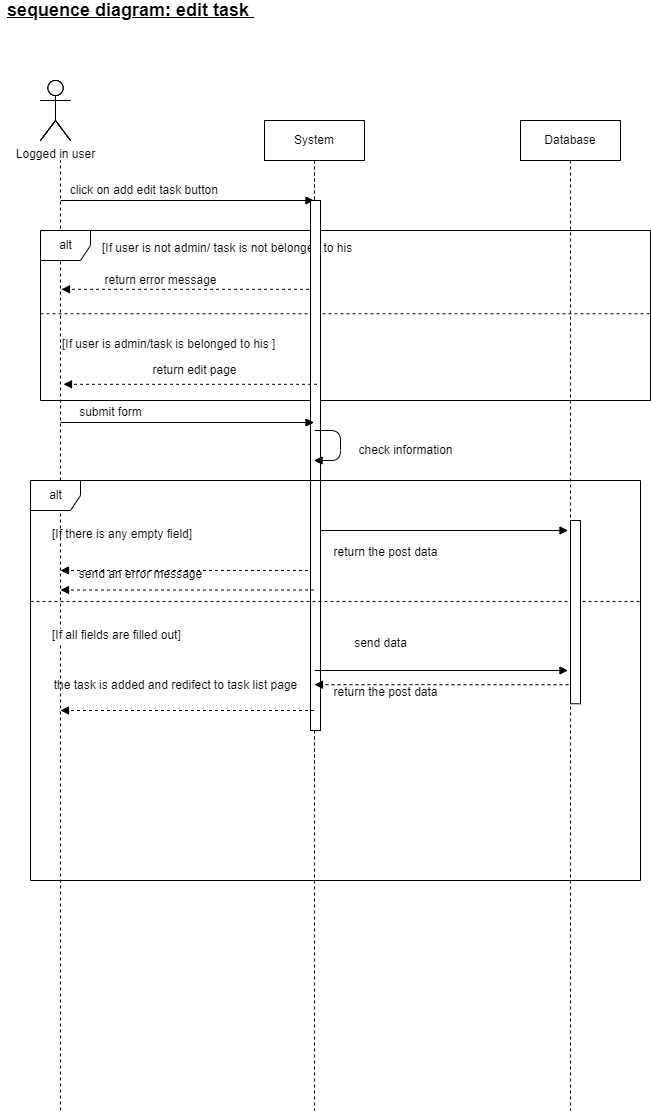
This is Document_diagrams/Diagrams/sequence diagrams/UML diagrams-sequence diagram_ edit task page.png from JENNYPCHEN/p8_to_do_and_co, a draw.io export, as it was before one commit. Source tidied: cells renumbered, new cells last; positions are measured from the earlier drawing's top-left corner, leaving out a move shared by most shapes. Its diagram source:
```xml
<mxGraphModel>
  <root>
    <mxCell id="0" />
    <mxCell id="1" parent="0" />
    <mxCell id="2" style="shape=umlActor;verticalLabelPosition=bottom;verticalAlign=top;html=1;labelBackgroundColor=#ffffff;" parent="1" vertex="1">
      <mxGeometry x="40" y="80" width="30" height="60" as="geometry" />
    </mxCell>
    <mxCell id="3" value="&lt;b&gt;&lt;font style=&quot;font-size: 18px&quot;&gt;&lt;u&gt;sequence diagram: edit task&amp;nbsp;&lt;/u&gt;&lt;/font&gt;&lt;/b&gt;" style="text;html=1;align=center;verticalAlign=middle;strokeColor=none;" parent="1" vertex="1">
      <mxGeometry width="260" height="20" as="geometry" />
    </mxCell>
    <mxCell id="4" value="Database" style="shape=umlLifeline;perimeter=lifelinePerimeter;whiteSpace=wrap;html=1;labelBackgroundColor=#ffffff;" parent="1" vertex="1">
      <mxGeometry x="520" y="120" width="100" height="990" as="geometry" />
    </mxCell>
    <mxCell id="5" style="shape=umlActor;verticalLabelPosition=bottom;verticalAlign=top;html=1;labelBackgroundColor=#ffffff;" parent="4" vertex="1">
      <mxGeometry x="-480" y="-40" width="30" height="60" as="geometry" />
    </mxCell>
    <mxCell id="6" value="System" style="shape=umlLifeline;perimeter=lifelinePerimeter;whiteSpace=wrap;html=1;labelBackgroundColor=#ffffff;" parent="4" vertex="1">
      <mxGeometry x="-256" width="100" height="660" as="geometry" />
    </mxCell>
    <mxCell id="7" value="Logged in user" style="shape=umlActor;verticalLabelPosition=bottom;verticalAlign=top;html=1;labelBackgroundColor=#ffffff;" parent="4" vertex="1">
      <mxGeometry x="-480" y="-40" width="30" height="60" as="geometry" />
    </mxCell>
    <mxCell id="8" value="System" style="shape=umlLifeline;perimeter=lifelinePerimeter;whiteSpace=wrap;html=1;labelBackgroundColor=#ffffff;" parent="4" vertex="1">
      <mxGeometry x="-256" width="100" height="990" as="geometry" />
    </mxCell>
    <mxCell id="9" style="endArrow=none;dashed=1;html=1;strokeWidth=1;startArrow=none;" parent="1" edge="1">
      <mxGeometry relative="1" as="geometry">
        <mxPoint x="60" y="1110" as="sourcePoint" />
        <mxPoint x="60" y="160" as="targetPoint" />
      </mxGeometry>
    </mxCell>
    <mxCell id="10" style="html=1;verticalAlign=bottom;labelBackgroundColor=none;endArrow=block;endFill=1;strokeWidth=1;" parent="1" edge="1">
      <mxGeometry relative="1" as="geometry">
        <mxPoint x="60" y="200" as="sourcePoint" />
        <mxPoint x="313.5" y="200" as="targetPoint" />
      </mxGeometry>
    </mxCell>
    <mxCell id="11" value="click on add edit task button&amp;nbsp;" style="text;html=1;align=center;verticalAlign=middle;strokeColor=none;" parent="1" vertex="1">
      <mxGeometry x="60" y="180" width="170" height="20" as="geometry" />
    </mxCell>
    <mxCell id="12" value="alt" style="shape=umlFrame;tabWidth=110;tabHeight=30;tabPosition=left;html=1;boundedLbl=1;labelInHeader=1;width=50;height=30;labelBackgroundColor=#ffffff;" parent="1" vertex="1">
      <mxGeometry x="40" y="230" width="610" height="170" as="geometry" />
    </mxCell>
    <mxCell id="13" value="[If user is not admin/ task is not belonged to his " style="text;" parent="12" vertex="1">
      <mxGeometry width="100" height="20" relative="1" as="geometry">
        <mxPoint x="60" y="4" as="offset" />
      </mxGeometry>
    </mxCell>
    <mxCell id="14" value="[If user is admin/task is belonged to his ]" style="line;strokeWidth=1;dashed=1;labelPosition=center;verticalLabelPosition=bottom;align=left;verticalAlign=top;spacingLeft=20;spacingTop=15;" parent="12" vertex="1">
      <mxGeometry y="81.3" width="610" height="4" as="geometry" />
    </mxCell>
    <mxCell id="15" value="return edit page" style="text;html=1;align=center;verticalAlign=middle;strokeColor=none;" parent="12" vertex="1">
      <mxGeometry x="104" y="130" width="100" height="20" as="geometry" />
    </mxCell>
    <mxCell id="16" style="html=1;verticalAlign=bottom;labelBackgroundColor=none;endArrow=block;endFill=1;dashed=1;strokeWidth=1;" parent="12" edge="1">
      <mxGeometry relative="1" as="geometry">
        <mxPoint x="274.5" y="58.8" as="sourcePoint" />
        <mxPoint x="21" y="58.8" as="targetPoint" />
        <Array as="points">
          <mxPoint x="275" y="58.8" />
        </Array>
      </mxGeometry>
    </mxCell>
    <mxCell id="17" value="return error message" style="text;html=1;align=center;verticalAlign=middle;strokeColor=none;" parent="12" vertex="1">
      <mxGeometry x="55" y="40" width="130" height="20" as="geometry" />
    </mxCell>
    <mxCell id="18" style="html=1;verticalAlign=bottom;labelBackgroundColor=none;endArrow=block;endFill=1;strokeWidth=1;" parent="1" edge="1">
      <mxGeometry relative="1" as="geometry">
        <mxPoint x="314" y="530" as="sourcePoint" />
        <mxPoint x="567.5" y="530" as="targetPoint" />
      </mxGeometry>
    </mxCell>
    <mxCell id="19" value="return the post data" style="text;html=1;align=center;verticalAlign=middle;strokeColor=none;" parent="1" vertex="1">
      <mxGeometry x="325" y="542" width="120" height="20" as="geometry" />
    </mxCell>
    <mxCell id="20" style="html=1;verticalAlign=bottom;labelBackgroundColor=none;endArrow=block;endFill=1;dashed=1;strokeWidth=1;" parent="1" edge="1">
      <mxGeometry relative="1" as="geometry">
        <mxPoint x="313.5" y="570" as="sourcePoint" />
        <mxPoint x="60" y="570" as="targetPoint" />
        <Array as="points">
          <mxPoint x="314" y="570" />
        </Array>
      </mxGeometry>
    </mxCell>
    <mxCell id="21" style="rounded=0;whiteSpace=wrap;html=1;labelBackgroundColor=none;fontSize=18;fontColor=#000000;" parent="1" vertex="1">
      <mxGeometry x="310" y="200" width="10" height="530" as="geometry" />
    </mxCell>
    <mxCell id="22" style="html=1;verticalAlign=bottom;labelBackgroundColor=none;endArrow=block;endFill=1;dashed=1;strokeWidth=1;" parent="1" edge="1">
      <mxGeometry relative="1" as="geometry">
        <mxPoint x="316.5" y="383.8" as="sourcePoint" />
        <mxPoint x="63" y="383.8" as="targetPoint" />
        <Array as="points">
          <mxPoint x="317" y="383.8" />
        </Array>
      </mxGeometry>
    </mxCell>
    <mxCell id="23" value="check information" style="text;html=1;align=center;verticalAlign=middle;strokeColor=none;" parent="1" vertex="1">
      <mxGeometry x="350" y="440" width="110" height="20" as="geometry" />
    </mxCell>
    <mxCell id="24" style="html=1;verticalAlign=bottom;labelBackgroundColor=none;endArrow=block;endFill=1;strokeWidth=1;" parent="1" edge="1">
      <mxGeometry relative="1" as="geometry">
        <mxPoint x="314" y="430" as="sourcePoint" />
        <mxPoint x="313.5" y="460" as="targetPoint" />
        <Array as="points">
          <mxPoint x="340" y="430" />
          <mxPoint x="340" y="460" />
        </Array>
      </mxGeometry>
    </mxCell>
    <mxCell id="25" value="alt" style="shape=umlFrame;tabWidth=110;tabHeight=30;tabPosition=left;html=1;boundedLbl=1;labelInHeader=1;width=50;height=30;labelBackgroundColor=#ffffff;" parent="1" vertex="1">
      <mxGeometry x="30" y="480" width="610" height="400" as="geometry" />
    </mxCell>
    <mxCell id="26" value="[If there is any empty field]" style="text;" parent="25" vertex="1">
      <mxGeometry width="100" height="20" relative="1" as="geometry">
        <mxPoint x="20" y="40" as="offset" />
      </mxGeometry>
    </mxCell>
    <mxCell id="27" value="[If all fields are filled out]" style="line;strokeWidth=1;dashed=1;labelPosition=center;verticalLabelPosition=bottom;align=left;verticalAlign=top;spacingLeft=20;spacingTop=15;" parent="25" vertex="1">
      <mxGeometry y="116.3" width="610" height="9.3" as="geometry" />
    </mxCell>
    <mxCell id="28" style="html=1;verticalAlign=bottom;labelBackgroundColor=none;endArrow=block;endFill=1;dashed=1;strokeWidth=1;" parent="25" edge="1">
      <mxGeometry relative="1" as="geometry">
        <mxPoint x="544" y="204.2" as="sourcePoint" />
        <mxPoint x="284" y="204.2" as="targetPoint" />
        <Array as="points">
          <mxPoint x="524" y="204.2" />
        </Array>
      </mxGeometry>
    </mxCell>
    <mxCell id="29" value="send an error message" style="text;html=1;align=center;verticalAlign=middle;strokeColor=none;" parent="25" vertex="1">
      <mxGeometry x="40" y="83.7" width="140" height="20" as="geometry" />
    </mxCell>
    <mxCell id="30" value="send data" style="text;html=1;align=center;verticalAlign=middle;strokeColor=none;" parent="25" vertex="1">
      <mxGeometry x="315" y="153.5" width="70" height="20" as="geometry" />
    </mxCell>
    <mxCell id="31" value="the task is added and redifect to task list page" style="text;html=1;align=center;verticalAlign=middle;strokeColor=none;" parent="25" vertex="1">
      <mxGeometry x="15" y="195.3" width="260" height="20" as="geometry" />
    </mxCell>
    <mxCell id="32" style="rounded=0;whiteSpace=wrap;html=1;labelBackgroundColor=none;fontSize=18;fontColor=#000000;" parent="25" vertex="1">
      <mxGeometry x="540" y="40" width="10" height="183.3" as="geometry" />
    </mxCell>
    <mxCell id="33" style="html=1;verticalAlign=bottom;labelBackgroundColor=none;endArrow=block;endFill=1;dashed=1;strokeWidth=1;" parent="1" edge="1">
      <mxGeometry relative="1" as="geometry">
        <mxPoint x="313.5" y="589.5" as="sourcePoint" />
        <mxPoint x="60" y="589.5" as="targetPoint" />
        <Array as="points">
          <mxPoint x="314" y="589.5" />
        </Array>
      </mxGeometry>
    </mxCell>
    <mxCell id="34" style="html=1;verticalAlign=bottom;labelBackgroundColor=none;endArrow=block;endFill=1;strokeWidth=1;" parent="1" edge="1">
      <mxGeometry relative="1" as="geometry">
        <mxPoint x="314" y="670" as="sourcePoint" />
        <mxPoint x="567.5" y="670" as="targetPoint" />
      </mxGeometry>
    </mxCell>
    <mxCell id="35" value="return the post data" style="text;html=1;align=center;verticalAlign=middle;strokeColor=none;" parent="1" vertex="1">
      <mxGeometry x="325" y="682" width="120" height="20" as="geometry" />
    </mxCell>
    <mxCell id="36" style="html=1;verticalAlign=bottom;labelBackgroundColor=none;endArrow=block;endFill=1;dashed=1;strokeWidth=1;" parent="1" edge="1">
      <mxGeometry relative="1" as="geometry">
        <mxPoint x="313.5" y="710" as="sourcePoint" />
        <mxPoint x="60" y="710" as="targetPoint" />
        <Array as="points">
          <mxPoint x="314" y="710" />
        </Array>
      </mxGeometry>
    </mxCell>
    <mxCell id="37" style="html=1;verticalAlign=bottom;labelBackgroundColor=none;endArrow=block;endFill=1;strokeWidth=1;" parent="1" edge="1">
      <mxGeometry relative="1" as="geometry">
        <mxPoint x="60" y="422" as="sourcePoint" />
        <mxPoint x="313.5" y="422" as="targetPoint" />
      </mxGeometry>
    </mxCell>
    <mxCell id="38" value="submit form" style="text;html=1;align=center;verticalAlign=middle;strokeColor=none;" parent="1" vertex="1">
      <mxGeometry x="70" y="402" width="80" height="20" as="geometry" />
    </mxCell>
  </root>
</mxGraphModel>
```
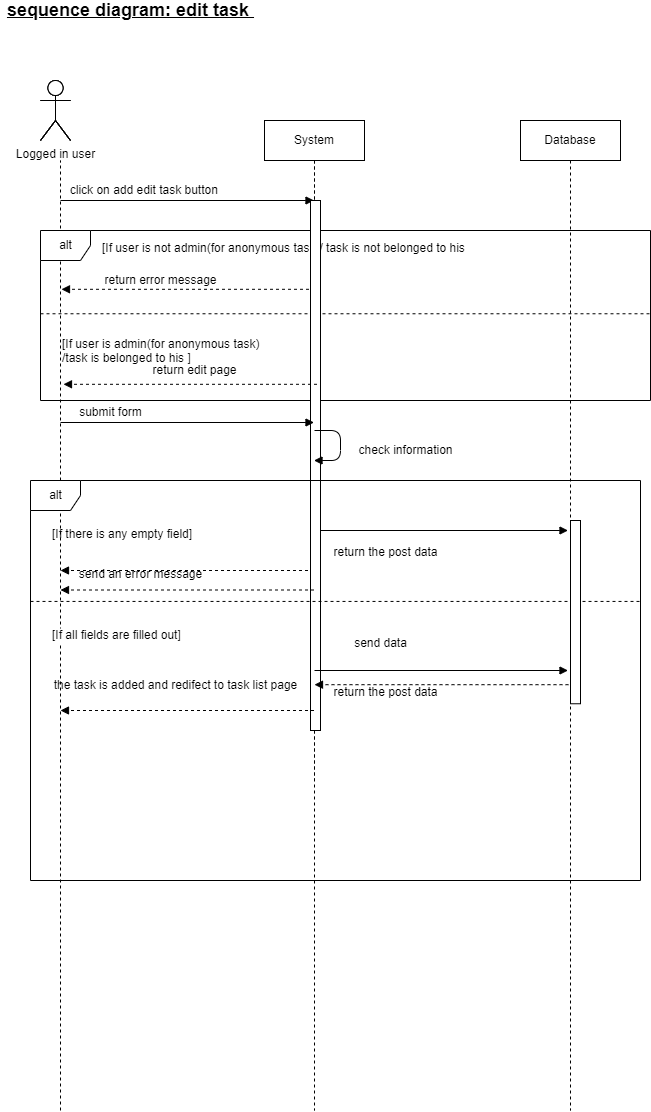
After the commit.

Change to the diagram source:
```diff
@@ -41,12 +41,12 @@
     <mxCell id="12" value="alt" style="shape=umlFrame;tabWidth=110;tabHeight=30;tabPosition=left;html=1;boundedLbl=1;labelInHeader=1;width=50;height=30;labelBackgroundColor=#ffffff;" parent="1" vertex="1">
       <mxGeometry x="40" y="230" width="610" height="170" as="geometry" />
     </mxCell>
-    <mxCell id="13" value="[If user is not admin/ task is not belonged to his " style="text;" parent="12" vertex="1">
+    <mxCell id="13" value="[If user is not admin(for anonymous task)/ task is not belonged to his " style="text;" parent="12" vertex="1">
       <mxGeometry width="100" height="20" relative="1" as="geometry">
         <mxPoint x="60" y="4" as="offset" />
       </mxGeometry>
     </mxCell>
-    <mxCell id="14" value="[If user is admin/task is belonged to his ]" style="line;strokeWidth=1;dashed=1;labelPosition=center;verticalLabelPosition=bottom;align=left;verticalAlign=top;spacingLeft=20;spacingTop=15;" parent="12" vertex="1">
+    <mxCell id="14" value="[If user is admin(for anonymous task)&#10;/task is belonged to his ]" style="line;strokeWidth=1;dashed=1;labelPosition=center;verticalLabelPosition=bottom;align=left;verticalAlign=top;spacingLeft=20;spacingTop=15;" parent="12" vertex="1">
       <mxGeometry y="81.3" width="610" height="4" as="geometry" />
     </mxCell>
     <mxCell id="15" value="return edit page" style="text;html=1;align=center;verticalAlign=middle;strokeColor=none;" parent="12" vertex="1">
```
